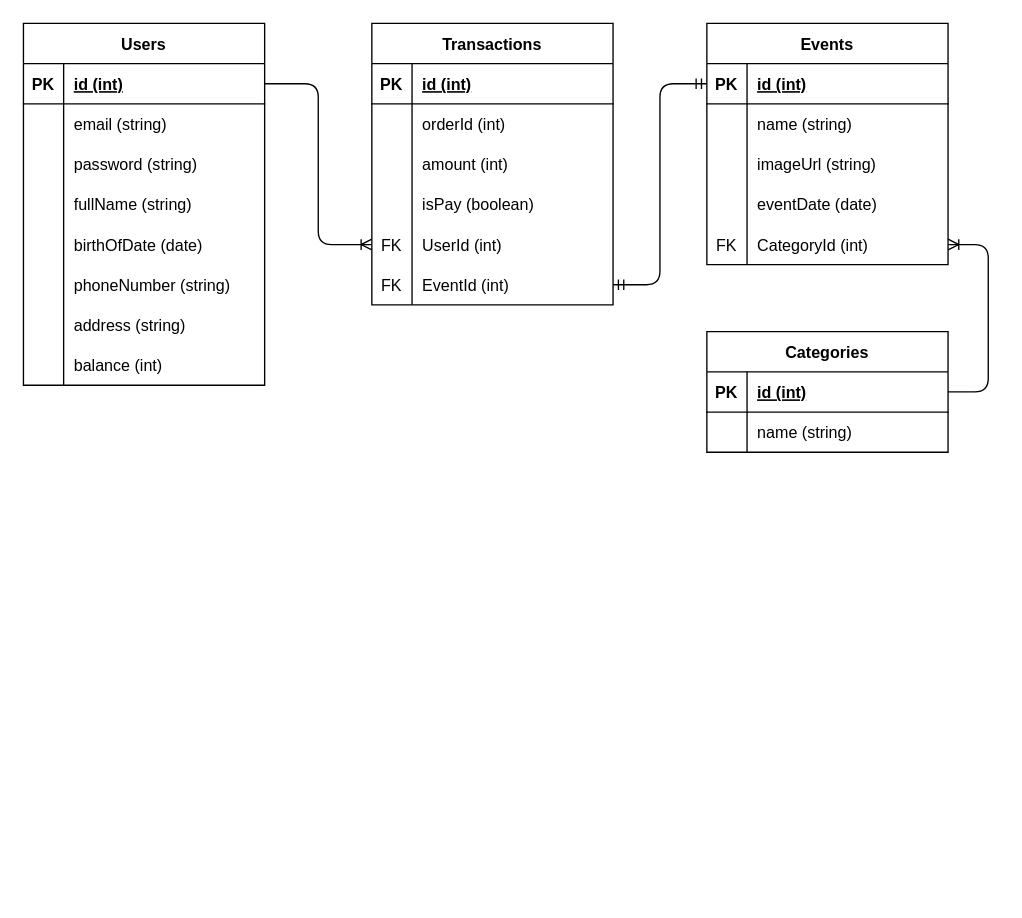
Earlier version of the draw.io diagram db-schema.drawio (HCK71-FP-Event/server). Source tidied: cells renumbered, new cells numbered last; positions are measured from the earlier drawing's top-left corner, leaving out a move shared by most shapes. Both pictures are drawn from the tidied source at 134%, with x=0, y=0 at pixel (23, 23).
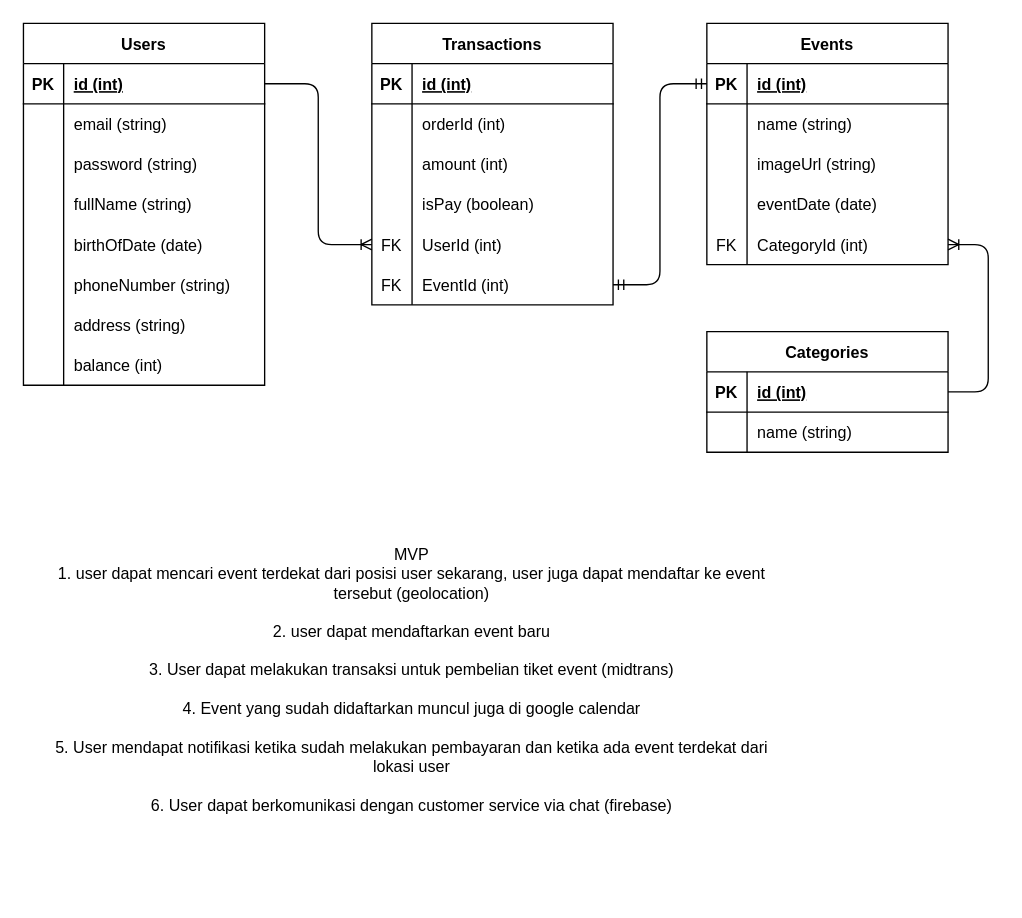
The same diagram, later.

What changed in the source:
```diff
@@
+    <mxCell id="72" value="MVP&lt;br&gt;1.&amp;nbsp;&lt;span style=&quot;text-align: left; background-color: initial;&quot;&gt;user dapat mencari event terdekat dari posisi user sekarang, user juga dapat mendaftar ke event tersebut (geolocation)&lt;br&gt;&lt;br&gt;2.&amp;nbsp;&lt;/span&gt;&lt;span style=&quot;text-align: left; background-color: initial;&quot;&gt;user dapat mendaftarkan event baru&lt;br&gt;&lt;br&gt;3. User dapat melakukan transaksi untuk pembelian tiket event (midtrans)&lt;br&gt;&lt;br&gt;4. Event yang sudah didaftarkan muncul juga di google calendar&lt;br&gt;&lt;br&gt;5. User mendapat notifikasi ketika sudah melakukan pembayaran dan ketika ada event terdekat dari lokasi user&lt;br&gt;&lt;br&gt;6. User dapat berkomunikasi dengan customer service via chat (firebase)&lt;br&gt;&lt;/span&gt;" style="text;strokeColor=none;align=center;fillColor=none;html=1;verticalAlign=middle;whiteSpace=wrap;rounded=0;" parent="1" vertex="1">
+      <mxGeometry x="20" y="330" width="540" height="320" as="geometry" />
+    </mxCell>
```
